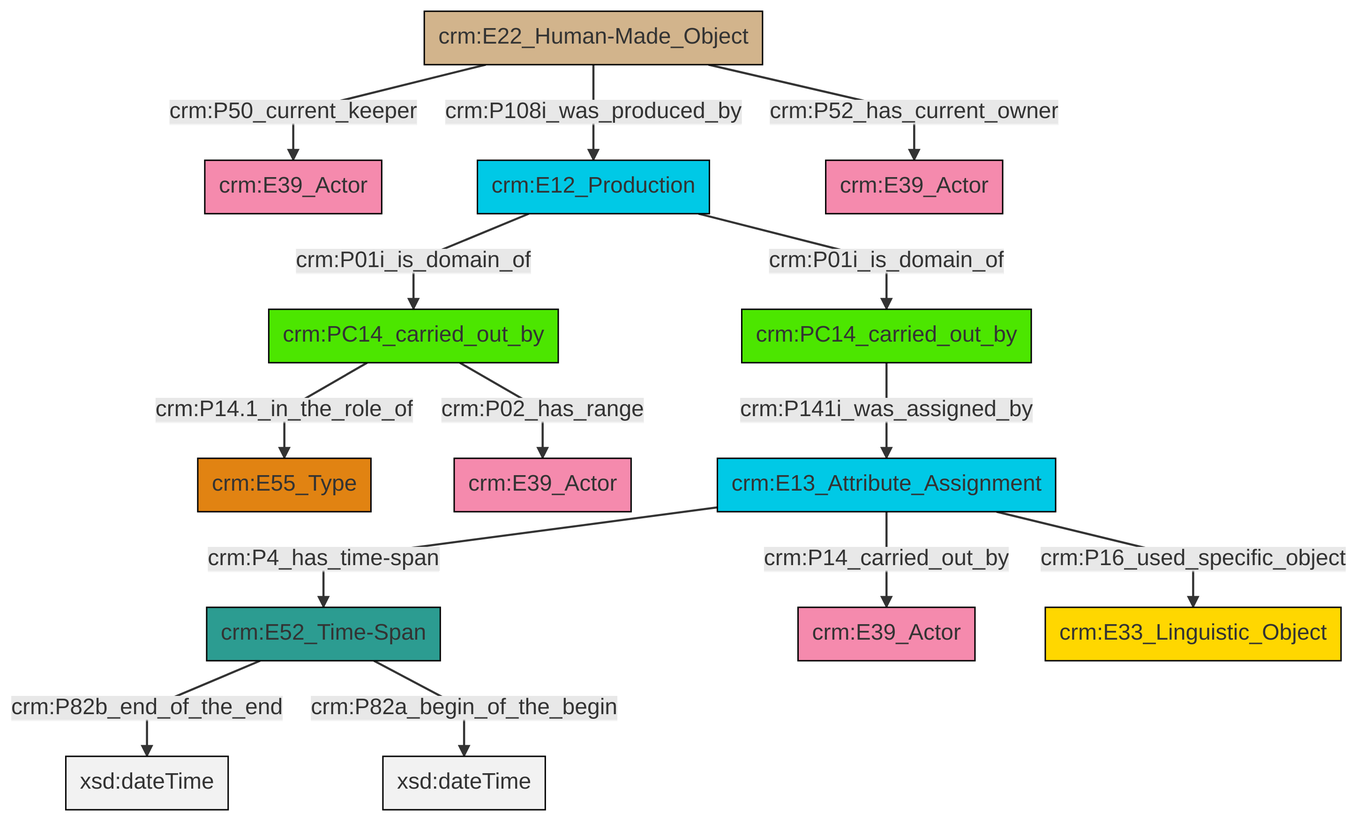
This is et/carrierCSV/ttl/mmd/png/carrier_relations.png from swiss-art-research-net/docs.swissartresearch, a Mermaid export, as it was before one commit. Its source is kept beside it as et/carrierCSV/ttl/mmd/carrier_relations.ttl.mmd.
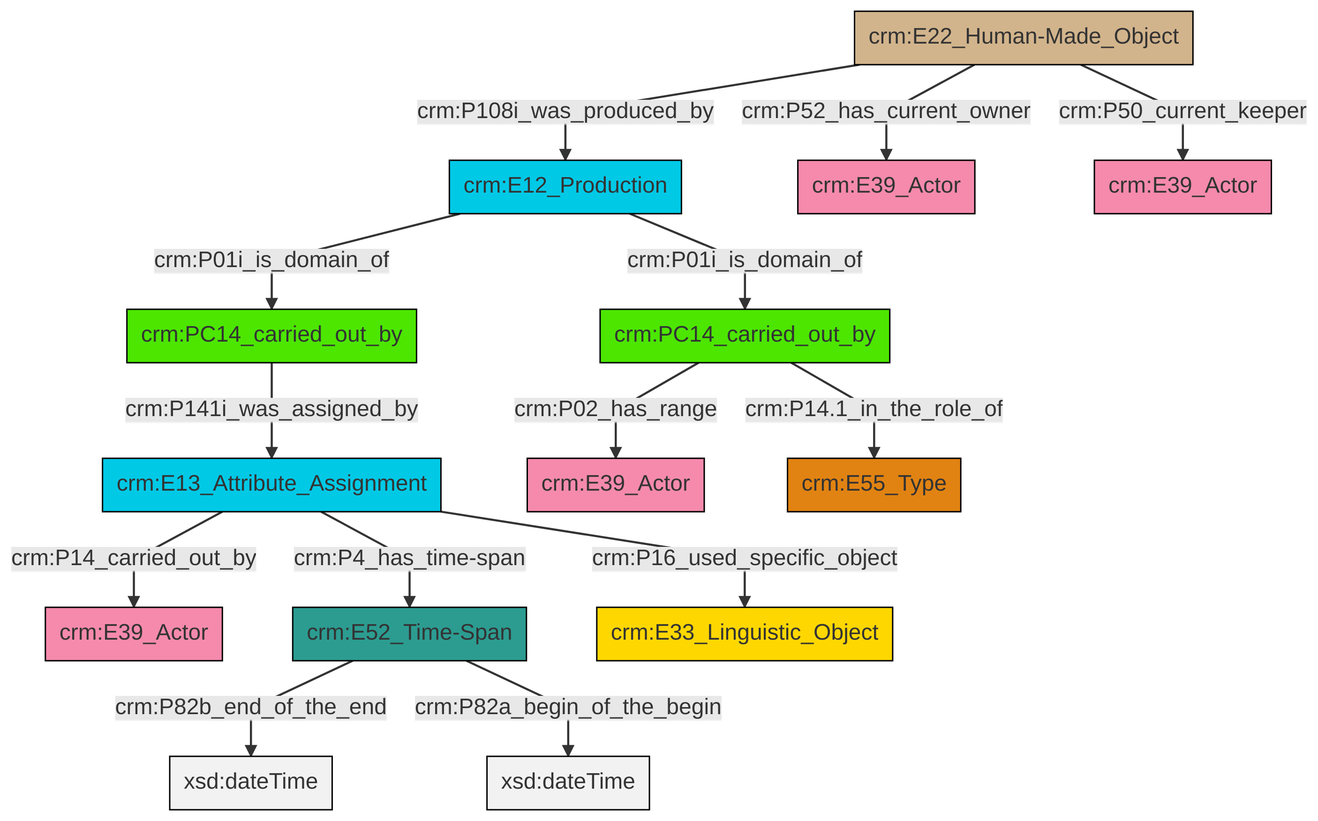
The same file after the commit.

Diff of the diagram source:
```diff
@@ -13,16 +13,16 @@
 classDef PC_Classes fill:#4ce600, stroke:#000000;
 classDef Multi fill:#cccccc,stroke:#000000;
 
-0["crm:E52_Time-Span"]:::Time-Span -->|crm:P82b_end_of_the_end| 1[xsd:dateTime]:::Literal
-2["crm:E22_Human-Made_Object"]:::Physical_Thing -->|crm:P50_current_keeper| 3["crm:E39_Actor"]:::Actor
-4["crm:PC14_carried_out_by"]:::PC_Classes -->|crm:P14.1_in_the_role_of| 5["crm:E55_Type"]:::Type
-7["crm:E12_Production"]:::Temporal_Entity -->|crm:P01i_is_domain_of| 8["crm:PC14_carried_out_by"]:::PC_Classes
-13["crm:E13_Attribute_Assignment"]:::Temporal_Entity -->|crm:P4_has_time-span| 0["crm:E52_Time-Span"]:::Time-Span
-2["crm:E22_Human-Made_Object"]:::Physical_Thing -->|crm:P108i_was_produced_by| 7["crm:E12_Production"]:::Temporal_Entity
-2["crm:E22_Human-Made_Object"]:::Physical_Thing -->|crm:P52_has_current_owner| 9["crm:E39_Actor"]:::Actor
-13["crm:E13_Attribute_Assignment"]:::Temporal_Entity -->|crm:P14_carried_out_by| 17["crm:E39_Actor"]:::Actor
-8["crm:PC14_carried_out_by"]:::PC_Classes -->|crm:P141i_was_assigned_by| 13["crm:E13_Attribute_Assignment"]:::Temporal_Entity
-7["crm:E12_Production"]:::Temporal_Entity -->|crm:P01i_is_domain_of| 4["crm:PC14_carried_out_by"]:::PC_Classes
-4["crm:PC14_carried_out_by"]:::PC_Classes -->|crm:P02_has_range| 11["crm:E39_Actor"]:::Actor
-13["crm:E13_Attribute_Assignment"]:::Temporal_Entity -->|crm:P16_used_specific_object| 21["crm:E33_Linguistic_Object"]:::Conceptual_Object
-0["crm:E52_Time-Span"]:::Time-Span -->|crm:P82a_begin_of_the_begin| 24[xsd:dateTime]:::Literal
+0["crm:E13_Attribute_Assignment"]:::Temporal_Entity -->|crm:P14_carried_out_by| 1["crm:E39_Actor"]:::Actor
+0["crm:E13_Attribute_Assignment"]:::Temporal_Entity -->|crm:P4_has_time-span| 2["crm:E52_Time-Span"]:::Time-Span
+4["crm:E12_Production"]:::Temporal_Entity -->|crm:P01i_is_domain_of| 5["crm:PC14_carried_out_by"]:::PC_Classes
+5["crm:PC14_carried_out_by"]:::PC_Classes -->|crm:P141i_was_assigned_by| 0["crm:E13_Attribute_Assignment"]:::Temporal_Entity
+6["crm:E22_Human-Made_Object"]:::Physical_Thing -->|crm:P52_has_current_owner| 7["crm:E39_Actor"]:::Actor
+4["crm:E12_Production"]:::Temporal_Entity -->|crm:P01i_is_domain_of| 8["crm:PC14_carried_out_by"]:::PC_Classes
+6["crm:E22_Human-Made_Object"]:::Physical_Thing -->|crm:P108i_was_produced_by| 4["crm:E12_Production"]:::Temporal_Entity
+8["crm:PC14_carried_out_by"]:::PC_Classes -->|crm:P02_has_range| 12["crm:E39_Actor"]:::Actor
+8["crm:PC14_carried_out_by"]:::PC_Classes -->|crm:P14.1_in_the_role_of| 15["crm:E55_Type"]:::Type
+6["crm:E22_Human-Made_Object"]:::Physical_Thing -->|crm:P50_current_keeper| 9["crm:E39_Actor"]:::Actor
+0["crm:E13_Attribute_Assignment"]:::Temporal_Entity -->|crm:P16_used_specific_object| 13["crm:E33_Linguistic_Object"]:::Conceptual_Object
+2["crm:E52_Time-Span"]:::Time-Span -->|crm:P82b_end_of_the_end| 24[xsd:dateTime]:::Literal
+2["crm:E52_Time-Span"]:::Time-Span -->|crm:P82a_begin_of_the_begin| 25[xsd:dateTime]:::Literal
```
